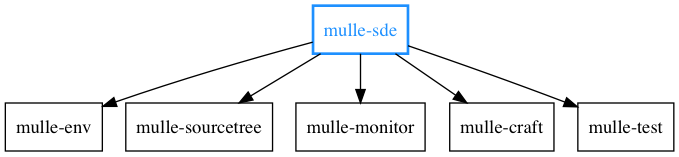
mulle-sde/mulle-sde keeps this Graphviz diagram as dox/mulle-sde-overview.png. Above is the earlier version. Its source is kept beside it as dox/mulle-sde-overview.dot.
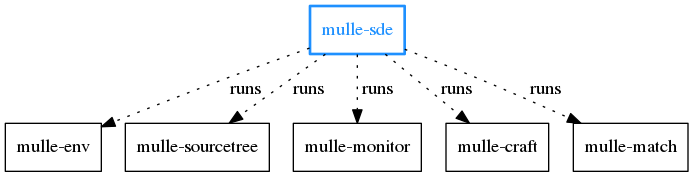
The same file after the commit.

Diff of the diagram source:
```diff
@@ -2,12 +2,13 @@
     graph [rankdir = TD];
 
     node[ shape=record];
+    edge [ label=" runs", style="dotted" ]
 
     "mulle-sde" -> "mulle-env"
     "mulle-sde" -> "mulle-sourcetree"
     "mulle-sde" -> "mulle-monitor"
     "mulle-sde" -> "mulle-craft"
-    "mulle-sde" -> "mulle-test"
+    "mulle-sde" -> "mulle-match"
 
     "mulle-sde"   [ color="dodgerblue"; fontcolor="dodgerblue"; penwidth="2"]
 }
```
